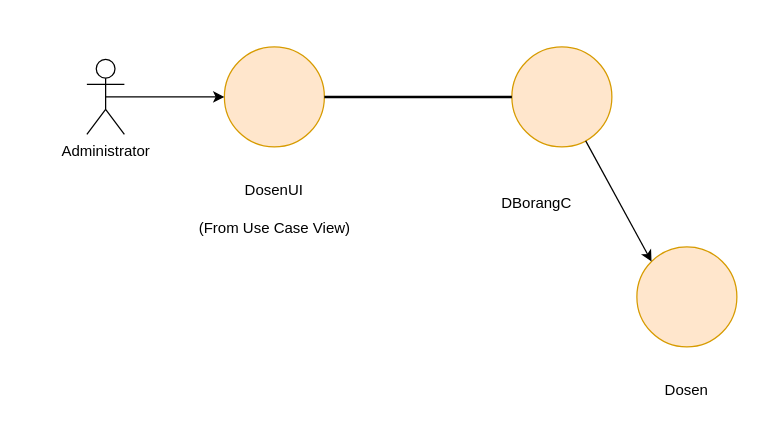
Earlier version of the draw.io diagram Diagram Praktik 10.drawio (mahesri/uml_ads_sms3). Source tidied: cells renumbered, new cells numbered last; positions are measured from the earlier drawing's top-left corner, leaving out a move shared by most shapes. Both pictures are drawn from the tidied source at 125%, with x=0, y=0 at pixel (86, 46).
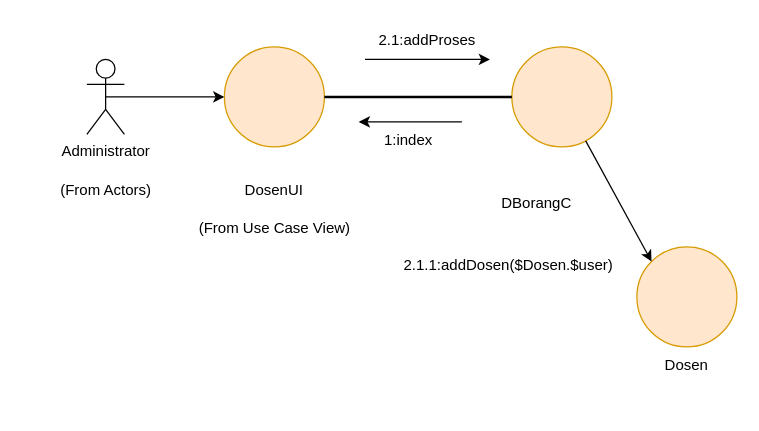
After the change.

Change to the diagram source:
```diff
@@
     <mxCell id="12" value="Dosen" style="text;html=1;strokeColor=none;fillColor=none;align=center;verticalAlign=middle;whiteSpace=wrap;rounded=0;" parent="1" vertex="1">
-      <mxGeometry x="450" y="260" width="60" height="30" as="geometry" />
+      <mxGeometry x="450" y="240" width="60" height="30" as="geometry" />
     </mxCell>
+    <mxCell id="13" value="2.1.1:addDosen($Dosen.$user)" style="text;html=1;strokeColor=none;fillColor=none;align=center;verticalAlign=middle;whiteSpace=wrap;rounded=0;" parent="1" vertex="1">
+      <mxGeometry x="270" y="160" width="135" height="30" as="geometry" />
+    </mxCell>
+    <mxCell id="14" style="endArrow=classic;html=1;rounded=0;" parent="1" edge="1">
+      <mxGeometry relative="1" as="geometry">
+        <mxPoint x="222.5" y="10" as="sourcePoint" />
+        <mxPoint x="322.5" y="10" as="targetPoint" />
+      </mxGeometry>
+    </mxCell>
+    <mxCell id="15" value="2.1:addProses" style="text;html=1;strokeColor=none;fillColor=none;align=center;verticalAlign=middle;whiteSpace=wrap;rounded=0;" parent="1" vertex="1">
+      <mxGeometry x="205" y="-20" width="135" height="30" as="geometry" />
+    </mxCell>
+    <mxCell id="16" value="1:index" style="text;html=1;strokeColor=none;fillColor=none;align=center;verticalAlign=middle;whiteSpace=wrap;rounded=0;" parent="1" vertex="1">
+      <mxGeometry x="190" y="60" width="135" height="30" as="geometry" />
+    </mxCell>
+    <mxCell id="17" style="endArrow=classic;html=1;rounded=0;" parent="1" edge="1">
+      <mxGeometry relative="1" as="geometry">
+        <mxPoint x="300" y="60" as="sourcePoint" />
+        <mxPoint x="217.5" y="60" as="targetPoint" />
+      </mxGeometry>
+    </mxCell>
+    <mxCell id="18" value="(From Actors)" style="text;html=1;strokeColor=none;fillColor=none;align=center;verticalAlign=middle;whiteSpace=wrap;rounded=0;" parent="1" vertex="1">
+      <mxGeometry x="-52.5" y="100" width="135" height="30" as="geometry" />
+    </mxCell>
```
